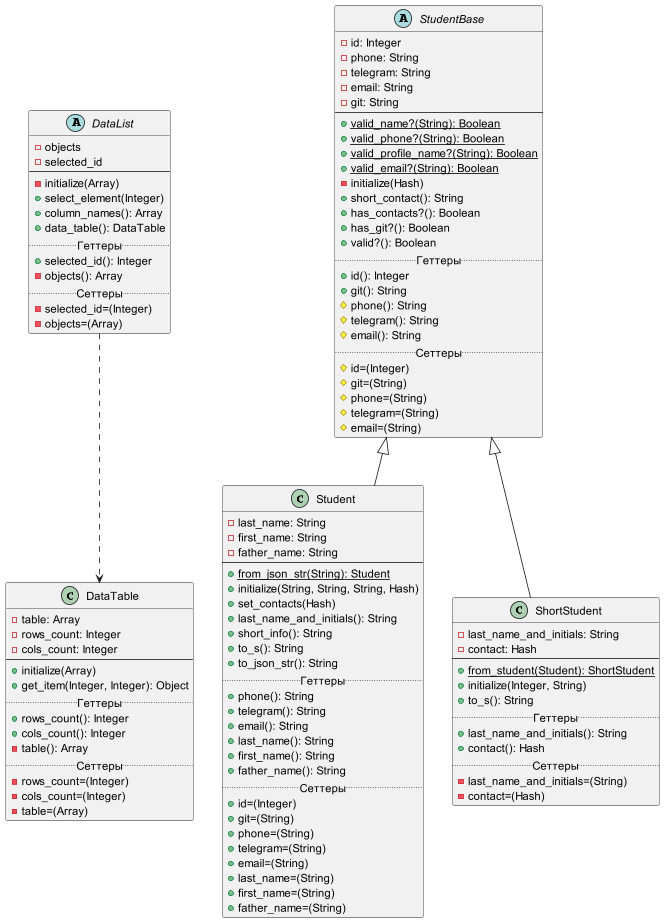
Before: Diagrams/lab2.png, a diagram exported from PlantUML (r1411/PatternsLabs).
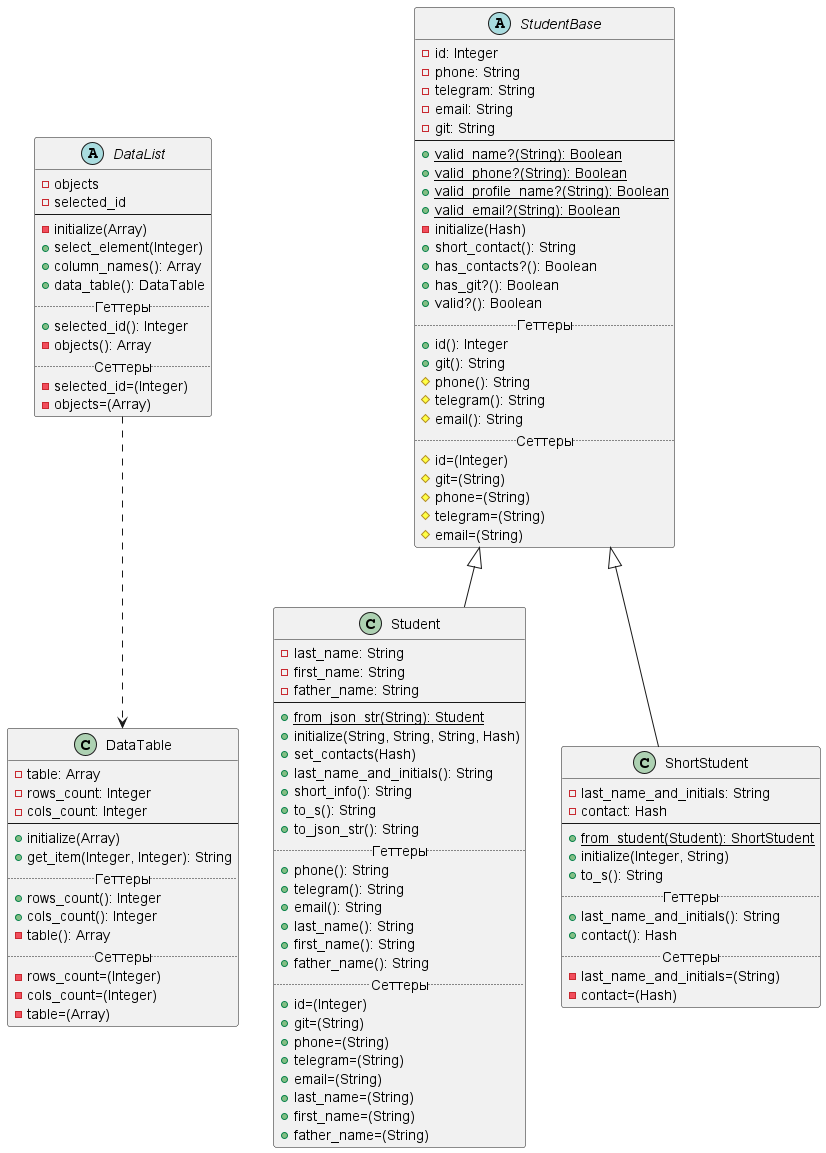
Above is the later version.

Commit message:
DataTable: get_item теперь возвращает строку

The edit, as a diff of the source:
```diff
@@ -83,7 +83,7 @@
     -cols_count: Integer
     --
     +initialize(Array)
-    +get_item(Integer, Integer): Object
+    +get_item(Integer, Integer): String
     .. Геттеры ..
     +rows_count(): Integer
     +cols_count(): Integer
```
